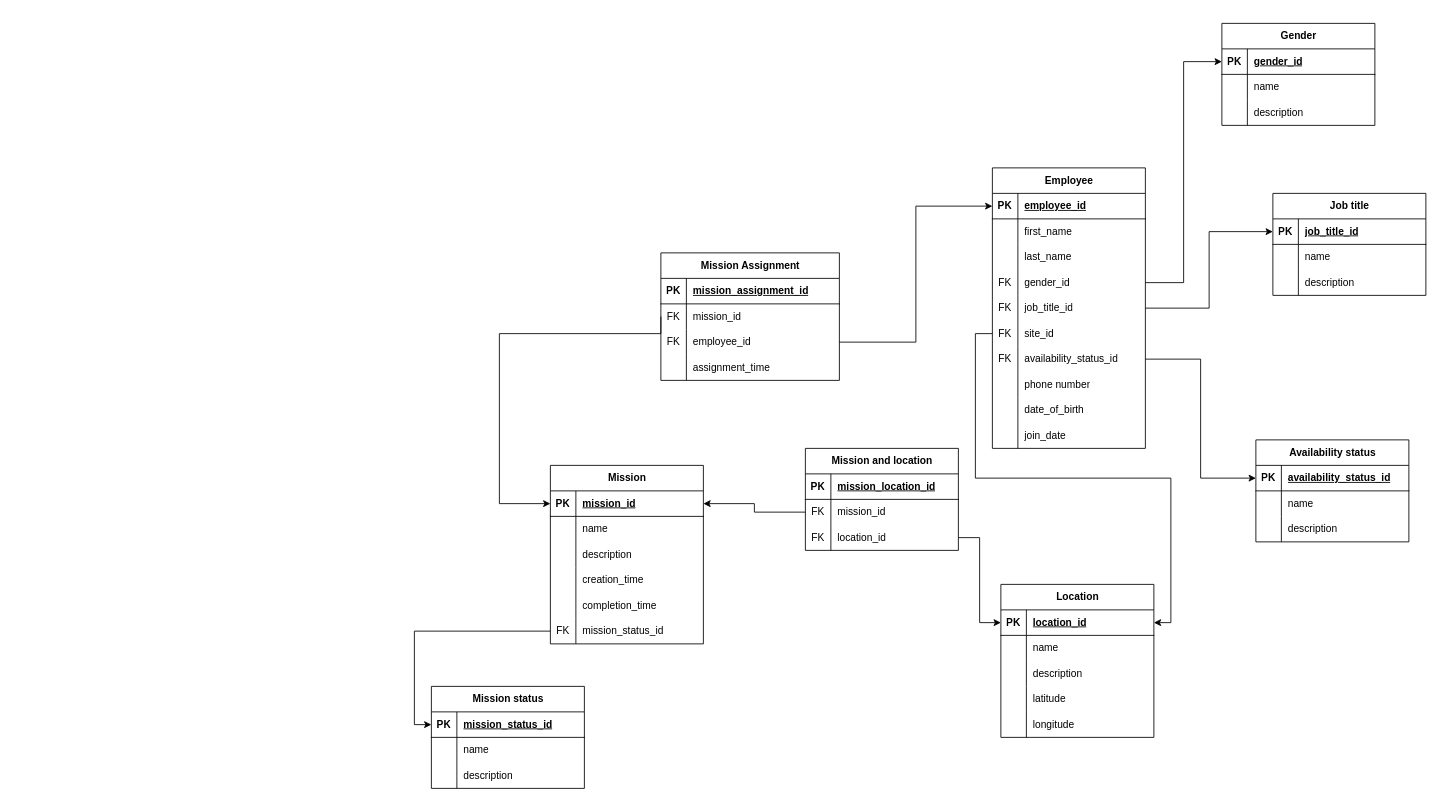
This is diagrams/concept.drawio from jagger-en/disaster-response-management, a draw.io file, before an edit. Source tidied: cells renumbered, new cells numbered last; positions are measured from the earlier drawing's top-left corner, leaving out a move shared by most shapes. Both pictures are drawn from the tidied source at 85%, with x=0, y=0 at pixel (431, 23).
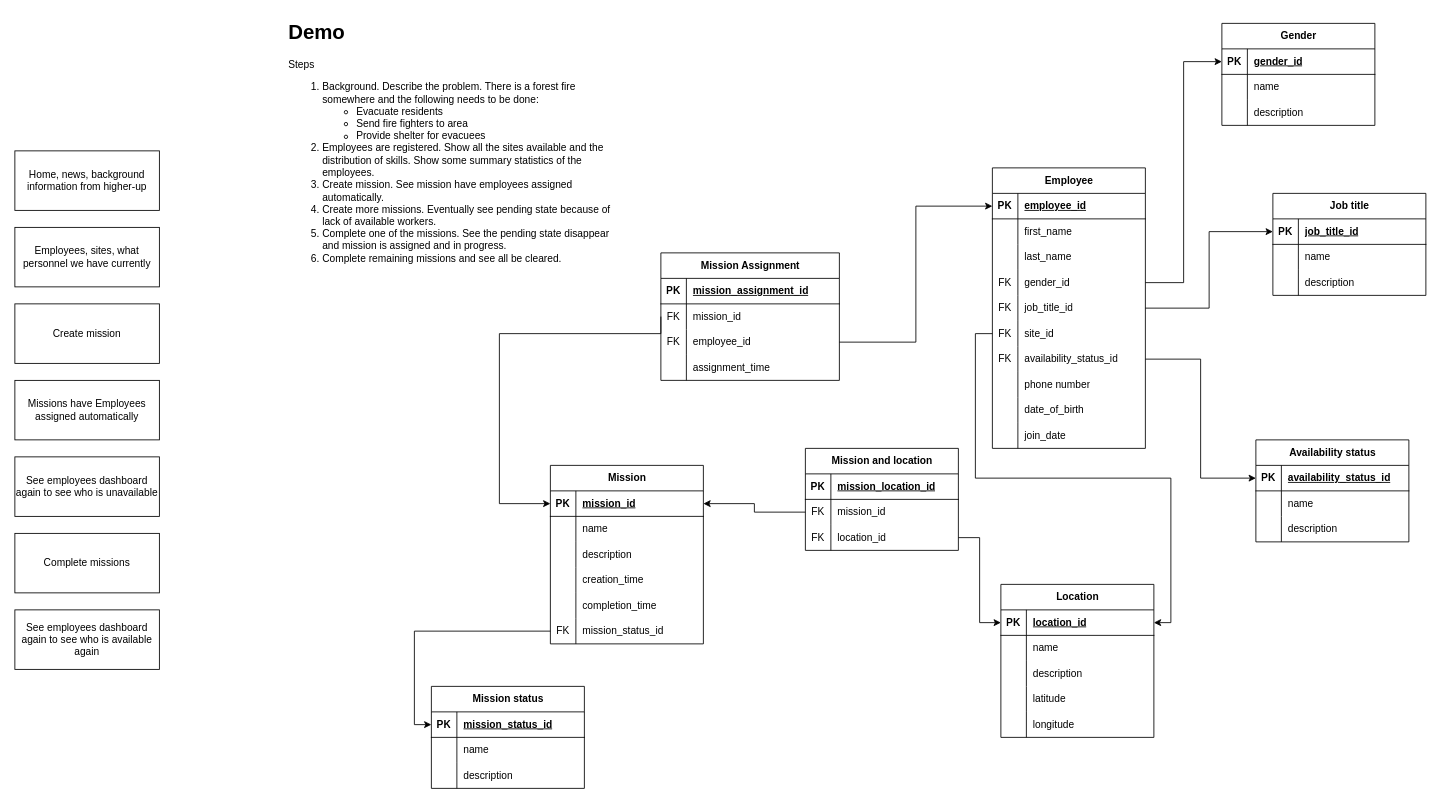
The same diagram, later.

Commit message:
Update concept diagram

Diff of the diagram source:
```diff
@@
+    <mxCell id="140" value="&lt;h1 style=&quot;margin-top: 0px;&quot;&gt;Demo&lt;/h1&gt;&lt;p&gt;&lt;span style=&quot;background-color: initial;&quot;&gt;Steps&lt;/span&gt;&lt;/p&gt;&lt;p&gt;&lt;/p&gt;&lt;ol&gt;&lt;li&gt;&lt;span style=&quot;background-color: initial;&quot;&gt;Background. Describe the problem. There is a forest fire somewhere and the following needs to be done:&lt;/span&gt;&lt;/li&gt;&lt;ul&gt;&lt;li&gt;&lt;span style=&quot;background-color: initial;&quot;&gt;Evacuate residents&lt;/span&gt;&lt;/li&gt;&lt;li&gt;&lt;span style=&quot;background-color: initial;&quot;&gt;Send fire fighters to area&lt;/span&gt;&lt;/li&gt;&lt;li&gt;&lt;span style=&quot;background-color: initial;&quot;&gt;Provide shelter for evacuees&lt;/span&gt;&lt;/li&gt;&lt;/ul&gt;&lt;li&gt;Employees are registered. Show all the sites available and the distribution of skills. Show some summary statistics of the employees.&lt;/li&gt;&lt;li&gt;Create mission. See mission have employees assigned automatically.&lt;/li&gt;&lt;li&gt;Create more missions. Eventually see pending state because of lack of available workers.&lt;/li&gt;&lt;li&gt;Complete one of the missions. See the pending state disappear and mission is assigned and in progress.&lt;/li&gt;&lt;li&gt;Complete remaining missions and see all be cleared.&lt;/li&gt;&lt;/ol&gt;&lt;p&gt;&lt;/p&gt;" style="text;html=1;whiteSpace=wrap;overflow=hidden;rounded=0;" parent="1" vertex="1">
+      <mxGeometry x="-170" y="-10" width="400" height="310" as="geometry" />
+    </mxCell>
+    <mxCell id="141" value="Home, news, background information from higher-up" style="rounded=0;whiteSpace=wrap;html=1;" parent="1" vertex="1">
+      <mxGeometry x="-490" y="150" width="170" height="70" as="geometry" />
+    </mxCell>
+    <mxCell id="142" value="Employees, sites, what personnel we have currently" style="rounded=0;whiteSpace=wrap;html=1;" parent="1" vertex="1">
+      <mxGeometry x="-490" y="240" width="170" height="70" as="geometry" />
+    </mxCell>
+    <mxCell id="143" value="Create mission" style="rounded=0;whiteSpace=wrap;html=1;" parent="1" vertex="1">
+      <mxGeometry x="-490" y="330" width="170" height="70" as="geometry" />
+    </mxCell>
+    <mxCell id="144" value="Missions have Employees assigned automatically" style="rounded=0;whiteSpace=wrap;html=1;" parent="1" vertex="1">
+      <mxGeometry x="-490" y="420" width="170" height="70" as="geometry" />
+    </mxCell>
+    <mxCell id="145" value="See employees dashboard again to see who is unavailable" style="rounded=0;whiteSpace=wrap;html=1;" parent="1" vertex="1">
+      <mxGeometry x="-490" y="510" width="170" height="70" as="geometry" />
+    </mxCell>
+    <mxCell id="146" value="Complete missions" style="rounded=0;whiteSpace=wrap;html=1;" parent="1" vertex="1">
+      <mxGeometry x="-490" y="600" width="170" height="70" as="geometry" />
+    </mxCell>
+    <mxCell id="147" value="See employees dashboard again to see who is available again" style="rounded=0;whiteSpace=wrap;html=1;" parent="1" vertex="1">
+      <mxGeometry x="-490" y="690" width="170" height="70" as="geometry" />
+    </mxCell>
```
